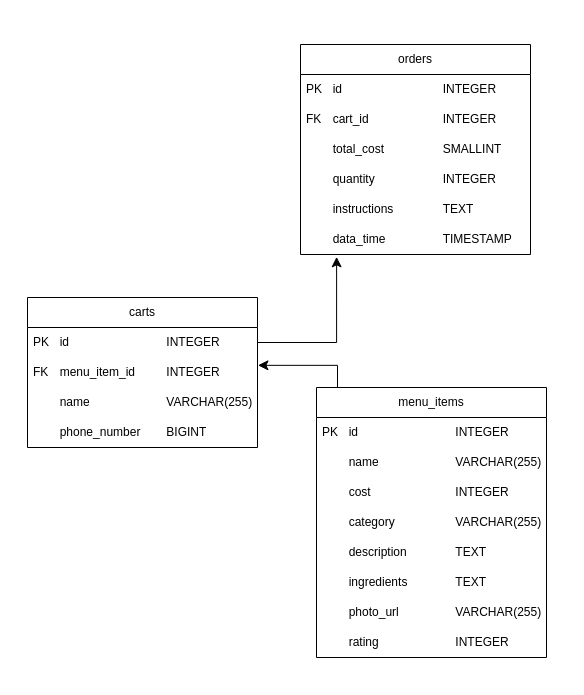
The draw.io diagram ERD.drawio in laraibsshaikh10/food-order-pickup, before the edit. Source tidied: cells renumbered, new cells numbered last; positions are measured from the earlier drawing's top-left corner, leaving out a move shared by most shapes. Both pictures are drawn from the tidied source at 100%, with x=0, y=0 at pixel (27, 44).
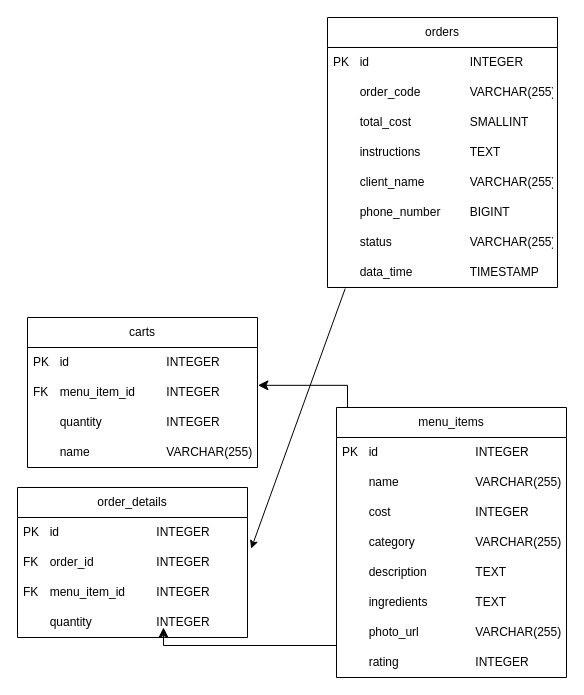
The same diagram, later.

Unchanged cells that the change refers to:
```xml
<mxCell id="15" value="&lt;span style=&quot;&quot;&gt;&#9;&lt;/span&gt;&lt;span style=&quot;white-space: pre;&quot;&gt;&#9;&lt;/span&gt;rating&lt;span style=&quot;&quot;&gt;&#9;&lt;/span&gt;&lt;span style=&quot;&quot;&gt;&#9;&lt;/span&gt;&amp;nbsp;&lt;span style=&quot;&quot;&gt;&#9;&lt;span style=&quot;white-space: pre;&quot;&gt;&#9;&lt;/span&gt;&lt;span style=&quot;white-space: pre;&quot;&gt;&#9;&lt;/span&gt;&lt;span style=&quot;white-space: pre;&quot;&gt;&#9;&lt;/span&gt;&lt;/span&gt;INTEGER" style="text;strokeColor=none;fillColor=none;align=left;verticalAlign=middle;spacingLeft=4;spacingRight=4;overflow=hidden;points=[[0,0.5],[1,0.5]];portConstraint=eastwest;whiteSpace=wrap;html=1;" parent="7" vertex="1">
  <mxGeometry y="240" width="230" height="30" as="geometry" />
</mxCell>
```

Diff of the diagram source:
```diff
@@
     <mxCell id="2" value="carts" style="swimlane;fontStyle=0;horizontal=1;startSize=30;whiteSpace=wrap;html=1;" parent="1" vertex="1">
-      <mxGeometry y="253" width="230" height="150" as="geometry" />
+      <mxGeometry y="273" width="230" height="150" as="geometry" />
     </mxCell>
-    <mxCell id="3" value="PK&lt;span style=&quot;white-space: pre;&quot;&gt;&#9;&lt;/span&gt;id&lt;span style=&quot;white-space: pre;&quot;&gt;&#9;&lt;/span&gt;&amp;nbsp;&lt;span style=&quot;white-space: pre;&quot;&gt;&#9;&lt;span style=&quot;white-space: pre;&quot;&gt;&#9;&lt;/span&gt;&lt;span style=&quot;white-space: pre;&quot;&gt;&#9;&lt;/span&gt;&lt;/span&gt;INTEGER" style="text;strokeColor=none;fillColor=none;align=left;verticalAlign=middle;spacingLeft=4;spacingRight=4;overflow=hidden;points=[[0,0.5],[1,0.5]];portConstraint=eastwest;whiteSpace=wrap;html=1;" parent="2" vertex="1">
-      <mxGeometry y="30" width="230" height="30" as="geometry" />
-    </mxCell>
+    <mxCell id="25" value="PK&lt;span style=&quot;white-space: pre;&quot;&gt;&#9;&lt;/span&gt;id&lt;span style=&quot;white-space: pre;&quot;&gt;&#9;&lt;/span&gt;&amp;nbsp;&lt;span style=&quot;white-space: pre;&quot;&gt;&#9;&lt;span style=&quot;white-space: pre;&quot;&gt;&#9;&lt;/span&gt;&lt;span style=&quot;white-space: pre;&quot;&gt;&#9;&lt;/span&gt;&lt;/span&gt;INTEGER" style="text;strokeColor=none;fillColor=none;align=left;verticalAlign=middle;spacingLeft=4;spacingRight=4;overflow=hidden;whiteSpace=wrap;html=1;" parent="2" vertex="1">
+      <mxGeometry y="30" width="230" height="30" as="geometry" />
+    </mxCell>
@@
+    <mxCell id="26" value="&lt;span style=&quot;&quot;&gt;&#9;&lt;/span&gt;&lt;span style=&quot;white-space: pre;&quot;&gt;&#9;&lt;/span&gt;quantity&lt;span style=&quot;white-space: pre;&quot;&gt;&#9;&lt;/span&gt;&lt;span style=&quot;white-space: pre;&quot;&gt;&#9;&lt;/span&gt;&lt;span style=&quot;&quot;&gt;&amp;nbsp;&lt;span style=&quot;white-space: pre;&quot;&gt;&#9;&lt;/span&gt;INTEGER&lt;/span&gt;" style="text;strokeColor=none;fillColor=none;align=left;verticalAlign=middle;spacingLeft=4;spacingRight=4;overflow=hidden;whiteSpace=wrap;html=1;" parent="2" vertex="1">
+      <mxGeometry y="90" width="230" height="30" as="geometry" />
+    </mxCell>
     <mxCell id="5" value="&lt;span style=&quot;white-space: pre;&quot;&gt;&#9;&lt;/span&gt;name&lt;span style=&quot;white-space: pre;&quot;&gt;&#9;&lt;/span&gt;&lt;span style=&quot;white-space: pre;&quot;&gt;&#9;&lt;/span&gt;&lt;span style=&quot;white-space: pre;&quot;&gt;&#9;&lt;/span&gt;VARCHAR(255)" style="text;strokeColor=none;fillColor=none;align=left;verticalAlign=middle;spacingLeft=4;spacingRight=4;overflow=hidden;whiteSpace=wrap;html=1;" parent="2" vertex="1">
-      <mxGeometry y="90" width="230" height="30" as="geometry" />
+      <mxGeometry y="120" width="230" height="30" as="geometry" />
     </mxCell>
-    <mxCell id="6" value="&lt;span style=&quot;&quot;&gt;&#9;&lt;/span&gt;&lt;span style=&quot;white-space: pre;&quot;&gt;&#9;&lt;/span&gt;phone_number&amp;nbsp;&lt;span style=&quot;&quot;&gt;&#9;&lt;span style=&quot;white-space: pre;&quot;&gt;&#9;&lt;/span&gt;&lt;/span&gt;BIGINT" style="text;strokeColor=none;fillColor=none;align=left;verticalAlign=middle;spacingLeft=4;spacingRight=4;overflow=hidden;whiteSpace=wrap;html=1;" parent="2" vertex="1">
-      <mxGeometry y="120" width="230" height="30" as="geometry" />
-    </mxCell>
     <mxCell id="7" value="menu_items" style="swimlane;fontStyle=0;horizontal=1;startSize=30;whiteSpace=wrap;html=1;" parent="1" vertex="1">
-      <mxGeometry x="289" y="343" width="230" height="270" as="geometry" />
+      <mxGeometry x="309" y="363" width="230" height="270" as="geometry" />
     </mxCell>
-    <mxCell id="8" value="PK&lt;span style=&quot;white-space: pre;&quot;&gt;&#9;&lt;/span&gt;id&lt;span style=&quot;white-space: pre;&quot;&gt;&#9;&lt;/span&gt;&amp;nbsp;&lt;span style=&quot;white-space: pre;&quot;&gt;&#9;&lt;span style=&quot;white-space: pre;&quot;&gt;&#9;&lt;/span&gt;&lt;span style=&quot;white-space: pre;&quot;&gt;&#9;&lt;/span&gt;&lt;/span&gt;INTEGER" style="text;strokeColor=none;fillColor=none;align=left;verticalAlign=middle;spacingLeft=4;spacingRight=4;overflow=hidden;whiteSpace=wrap;html=1;" parent="7" vertex="1">
-      <mxGeometry y="30" width="230" height="30" as="geometry" />
-    </mxCell>
+    <mxCell id="27" value="PK&lt;span style=&quot;white-space: pre;&quot;&gt;&#9;&lt;/span&gt;id&lt;span style=&quot;white-space: pre;&quot;&gt;&#9;&lt;/span&gt;&amp;nbsp;&lt;span style=&quot;white-space: pre;&quot;&gt;&#9;&lt;span style=&quot;white-space: pre;&quot;&gt;&#9;&lt;/span&gt;&lt;span style=&quot;white-space: pre;&quot;&gt;&#9;&lt;/span&gt;&lt;/span&gt;INTEGER" style="text;strokeColor=none;fillColor=none;align=left;verticalAlign=middle;spacingLeft=4;spacingRight=4;overflow=hidden;whiteSpace=wrap;html=1;" parent="7" vertex="1">
+      <mxGeometry y="30" width="230" height="30" as="geometry" />
+    </mxCell>
@@
     <mxCell id="16" value="orders" style="swimlane;fontStyle=0;horizontal=1;startSize=30;whiteSpace=wrap;html=1;" parent="1" vertex="1">
-      <mxGeometry x="273" width="230" height="210" as="geometry" />
+      <mxGeometry x="300" y="-27" width="230" height="270" as="geometry" />
     </mxCell>
@@
-    <mxCell id="18" value="FK&lt;span style=&quot;&quot;&gt;&#9;&lt;span style=&quot;white-space: pre;&quot;&gt;&#9;&lt;/span&gt;car&lt;/span&gt;t_id&lt;span style=&quot;&quot;&gt;&#9;&lt;span style=&quot;white-space: pre;&quot;&gt;&#9;&lt;/span&gt;&lt;span style=&quot;white-space: pre;&quot;&gt;&#9;&lt;/span&gt;&lt;span style=&quot;&quot;&gt;&#9;&lt;span style=&quot;white-space: pre;&quot;&gt;&#9;&lt;/span&gt;&amp;nbsp;&lt;/span&gt;I&lt;/span&gt;NTEGER" style="text;strokeColor=none;fillColor=none;align=left;verticalAlign=middle;spacingLeft=4;spacingRight=4;overflow=hidden;whiteSpace=wrap;html=1;" parent="16" vertex="1">
-      <mxGeometry y="60" width="230" height="30" as="geometry" />
-    </mxCell>
+    <mxCell id="28" value="&lt;span style=&quot;white-space: pre;&quot;&gt;&#9;&lt;/span&gt;order_code&lt;span style=&quot;white-space: pre;&quot;&gt;&#9;&lt;/span&gt;&lt;span style=&quot;white-space: pre;&quot;&gt;&#9;&lt;/span&gt;&amp;nbsp;VARCHAR(255)" style="text;strokeColor=none;fillColor=none;align=left;verticalAlign=middle;spacingLeft=4;spacingRight=4;overflow=hidden;whiteSpace=wrap;html=1;" parent="16" vertex="1">
+      <mxGeometry y="60" width="230" height="30" as="geometry" />
+    </mxCell>
@@
-    <mxCell id="20" value="&lt;span style=&quot;white-space: pre;&quot;&gt;&#9;&lt;/span&gt;quantity&lt;span style=&quot;white-space: pre;&quot;&gt;&#9;&lt;/span&gt;&lt;span style=&quot;white-space: pre;&quot;&gt;&#9;&lt;/span&gt;&lt;span style=&quot;white-space: pre;&quot;&gt;&#9;&lt;/span&gt;&amp;nbsp;INTEGER" style="text;strokeColor=none;fillColor=none;align=left;verticalAlign=middle;spacingLeft=4;spacingRight=4;overflow=hidden;whiteSpace=wrap;html=1;" parent="16" vertex="1">
-      <mxGeometry y="120" width="230" height="30" as="geometry" />
-    </mxCell>
     <mxCell id="21" value="&lt;span style=&quot;white-space: pre;&quot;&gt;&#9;&lt;/span&gt;instructions&lt;span style=&quot;white-space: pre;&quot;&gt;&#9;&lt;/span&gt;&lt;span style=&quot;white-space: pre;&quot;&gt;&#9;&lt;/span&gt;&amp;nbsp;TEXT" style="text;strokeColor=none;fillColor=none;align=left;verticalAlign=middle;spacingLeft=4;spacingRight=4;overflow=hidden;whiteSpace=wrap;html=1;" parent="16" vertex="1">
-      <mxGeometry y="150" width="230" height="30" as="geometry" />
+      <mxGeometry y="120" width="230" height="30" as="geometry" />
     </mxCell>
+    <mxCell id="29" value="&lt;span style=&quot;white-space: pre;&quot;&gt;&#9;&lt;/span&gt;client_name&lt;span style=&quot;white-space: pre;&quot;&gt;&#9;&lt;/span&gt;&lt;span style=&quot;white-space: pre;&quot;&gt;&#9;&lt;/span&gt;&amp;nbsp;VARCHAR(255)" style="text;strokeColor=none;fillColor=none;align=left;verticalAlign=middle;spacingLeft=4;spacingRight=4;overflow=hidden;whiteSpace=wrap;html=1;" parent="16" vertex="1">
+      <mxGeometry y="150" width="230" height="30" as="geometry" />
+    </mxCell>
+    <mxCell id="6" value="&lt;span style=&quot;white-space: pre;&quot;&gt;&#9;&lt;/span&gt;phone_number&lt;span style=&quot;white-space: pre;&quot;&gt;&#9;&lt;/span&gt;&amp;nbsp;BIGINT" style="text;strokeColor=none;fillColor=none;align=left;verticalAlign=middle;spacingLeft=4;spacingRight=4;overflow=hidden;whiteSpace=wrap;html=1;" parent="16" vertex="1">
+      <mxGeometry y="180" width="230" height="30" as="geometry" />
+    </mxCell>
+    <mxCell id="30" value="&lt;span style=&quot;white-space: pre;&quot;&gt;&#9;&lt;/span&gt;status&lt;span style=&quot;white-space: pre;&quot;&gt;&#9;&lt;/span&gt;&lt;span style=&quot;white-space: pre;&quot;&gt;&#9;&lt;/span&gt;&amp;nbsp;&lt;span style=&quot;white-space: pre;&quot;&gt;&#9;&lt;/span&gt;&amp;nbsp;VARCHAR(255)" style="text;strokeColor=none;fillColor=none;align=left;verticalAlign=middle;spacingLeft=4;spacingRight=4;overflow=hidden;whiteSpace=wrap;html=1;" parent="16" vertex="1">
+      <mxGeometry y="210" width="230" height="30" as="geometry" />
+    </mxCell>
     <mxCell id="22" value="&lt;span style=&quot;white-space: pre;&quot;&gt;&#9;&lt;/span&gt;data_time&lt;span style=&quot;white-space: pre;&quot;&gt;&#9;&lt;/span&gt;&lt;span style=&quot;white-space: pre;&quot;&gt;&#9;&lt;/span&gt;&amp;nbsp;TIMESTAMP" style="text;strokeColor=none;fillColor=none;align=left;verticalAlign=middle;spacingLeft=4;spacingRight=4;overflow=hidden;points=[[0,0.5],[1,0.5]];portConstraint=eastwest;whiteSpace=wrap;html=1;" parent="16" vertex="1">
-      <mxGeometry y="180" width="230" height="30" as="geometry" />
+      <mxGeometry y="240" width="230" height="30" as="geometry" />
     </mxCell>
-    <mxCell id="23" style="edgeStyle=segmentEdgeStyle;endArrow=classic;html=1;curved=0;rounded=0;endSize=8;startSize=8;exitX=1;exitY=0.5;exitDx=0;exitDy=0;entryX=0.157;entryY=1.078;entryDx=0;entryDy=0;entryPerimeter=0;" parent="1" edge="1" source="3" target="22">
-      <mxGeometry relative="1" as="geometry" />
-    </mxCell>
@@
+    <mxCell id="31" value="order_details" style="swimlane;fontStyle=0;horizontal=1;startSize=30;whiteSpace=wrap;html=1;" parent="1" vertex="1">
+      <mxGeometry x="-10" y="443" width="230" height="150" as="geometry" />
+    </mxCell>
+    <mxCell id="32" value="PK&lt;span style=&quot;white-space: pre;&quot;&gt;&#9;&lt;/span&gt;id&lt;span style=&quot;white-space: pre;&quot;&gt;&#9;&lt;/span&gt;&amp;nbsp;&lt;span style=&quot;white-space: pre;&quot;&gt;&#9;&lt;span style=&quot;white-space: pre;&quot;&gt;&#9;&lt;/span&gt;&lt;span style=&quot;white-space: pre;&quot;&gt;&#9;&lt;/span&gt;&lt;/span&gt;INTEGER" style="text;strokeColor=none;fillColor=none;align=left;verticalAlign=middle;spacingLeft=4;spacingRight=4;overflow=hidden;whiteSpace=wrap;html=1;" parent="31" vertex="1">
+      <mxGeometry y="30" width="230" height="30" as="geometry" />
+    </mxCell>
+    <mxCell id="33" value="FK &lt;span style=&quot;white-space: pre;&quot;&gt;&#9;&lt;/span&gt;order_id&lt;span style=&quot;white-space: pre;&quot;&gt;&#9;&lt;/span&gt;&amp;nbsp;&lt;span style=&quot;white-space: pre;&quot;&gt;&#9;&lt;/span&gt;&lt;span style=&quot;white-space: pre;&quot;&gt;&#9;&lt;/span&gt;INTEGER" style="text;strokeColor=none;fillColor=none;align=left;verticalAlign=middle;spacingLeft=4;spacingRight=4;overflow=hidden;points=[[0,0.5],[1,0.5]];portConstraint=eastwest;whiteSpace=wrap;html=1;" parent="31" vertex="1">
+      <mxGeometry y="60" width="230" height="30" as="geometry" />
+    </mxCell>
+    <mxCell id="34" value="FK&lt;span style=&quot;white-space: pre;&quot;&gt;&#9;&lt;/span&gt;menu_item_id&lt;span style=&quot;white-space: pre;&quot;&gt;&#9;&lt;/span&gt;&lt;span style=&quot;white-space: pre;&quot;&gt;&#9;&lt;/span&gt;INTEGER" style="text;strokeColor=none;fillColor=none;align=left;verticalAlign=middle;spacingLeft=4;spacingRight=4;overflow=hidden;whiteSpace=wrap;html=1;" parent="31" vertex="1">
+      <mxGeometry y="90" width="230" height="30" as="geometry" />
+    </mxCell>
+    <mxCell id="35" value="&lt;span style=&quot;&quot;&gt;&#9;&lt;/span&gt;&lt;span style=&quot;white-space: pre;&quot;&gt;&#9;&lt;/span&gt;quantity&lt;span style=&quot;white-space: pre;&quot;&gt;&#9;&lt;/span&gt;&lt;span style=&quot;white-space: pre;&quot;&gt;&#9;&lt;/span&gt;&lt;span style=&quot;&quot;&gt;&amp;nbsp;&lt;span style=&quot;white-space: pre;&quot;&gt;&#9;&lt;/span&gt;INTEGER&lt;/span&gt;" style="text;strokeColor=none;fillColor=none;align=left;verticalAlign=middle;spacingLeft=4;spacingRight=4;overflow=hidden;whiteSpace=wrap;html=1;" parent="31" vertex="1">
+      <mxGeometry y="120" width="230" height="30" as="geometry" />
+    </mxCell>
+    <mxCell id="36" style="edgeStyle=elbowEdgeStyle;elbow=vertical;endArrow=classic;html=1;curved=0;rounded=0;endSize=8;startSize=8;exitX=0;exitY=0.5;exitDx=0;exitDy=0;" parent="1" edge="1" source="15">
+      <mxGeometry relative="1" as="geometry">
+        <mxPoint x="136" y="583" as="targetPoint" />
+      </mxGeometry>
+    </mxCell>
+    <mxCell id="37" style="endArrow=classic;html=1;entryX=1.016;entryY=0.039;entryDx=0;entryDy=0;entryPerimeter=0;exitX=0.077;exitY=1.034;exitDx=0;exitDy=0;exitPerimeter=0;" parent="1" edge="1" source="22" target="33">
+      <mxGeometry relative="1" as="geometry" />
+    </mxCell>
```
